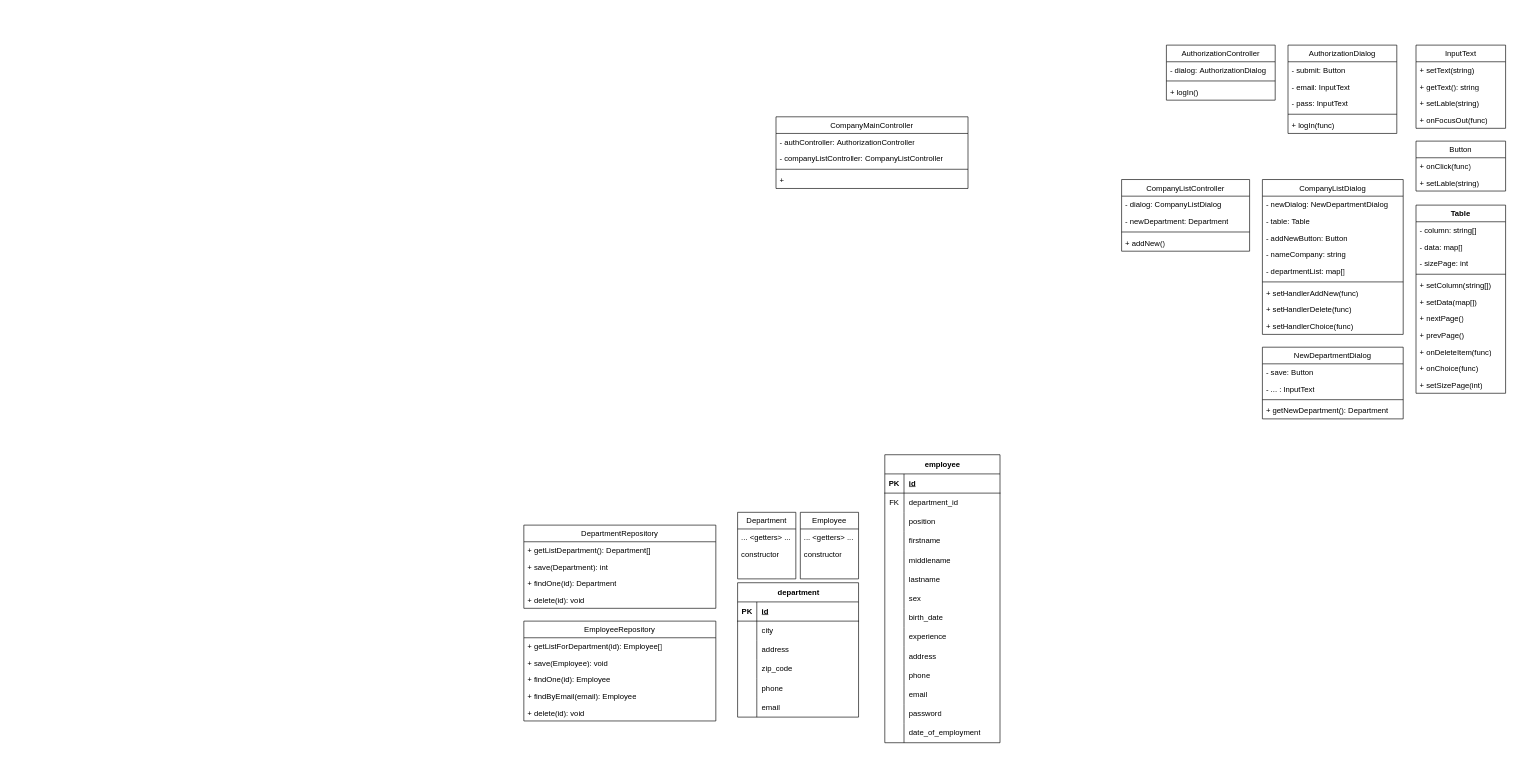
The draw.io diagram lw4/with_slim/architecture/uml.drawio in mr-ale141/db_lessons, before the edit. Source tidied: cells renumbered, new cells numbered last; positions are measured from the earlier drawing's top-left corner, leaving out a move shared by most shapes. Both pictures are drawn from the tidied source at 64%, with x=0, y=0 at pixel (524, 45).
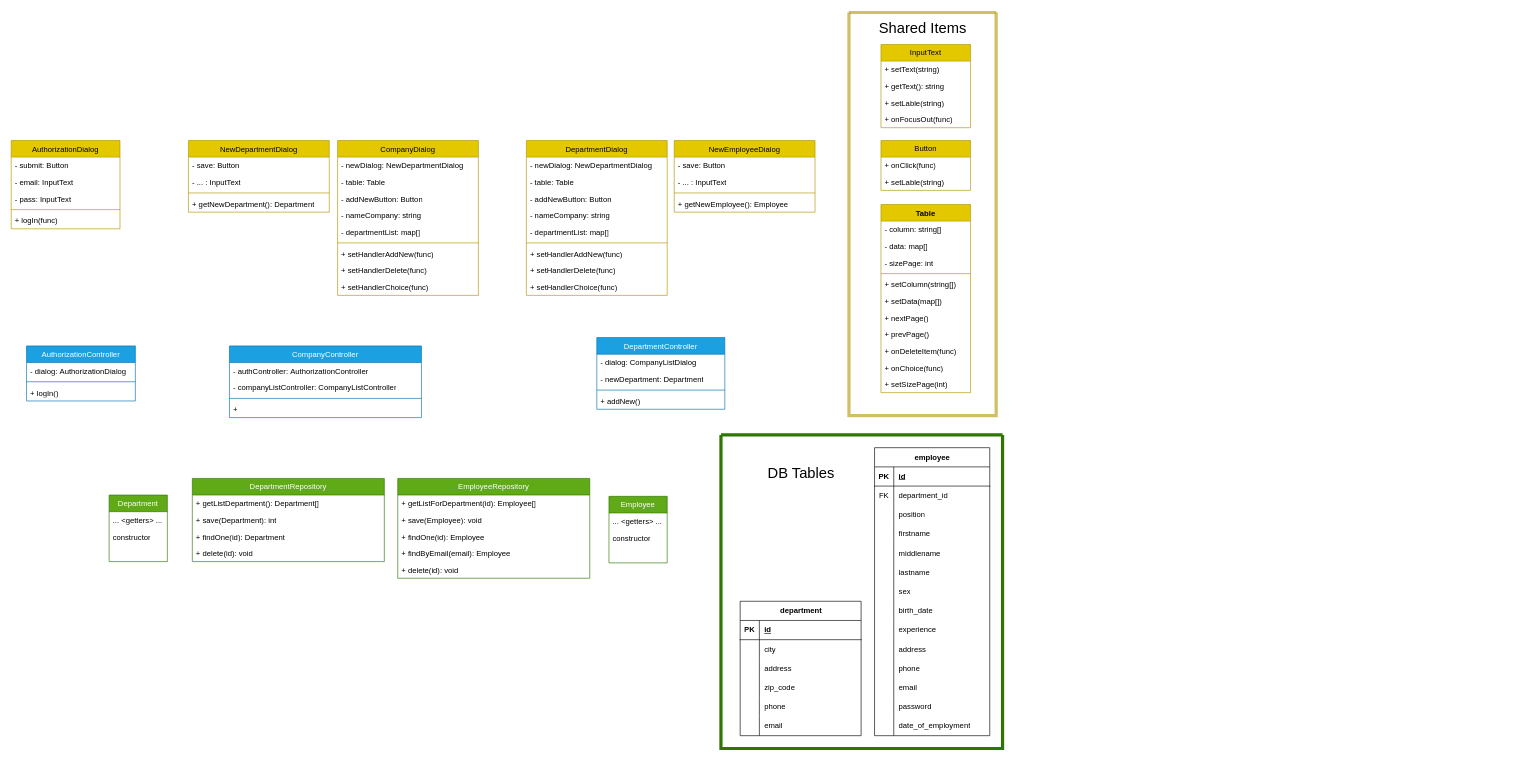
After the change.

Change to the diagram source:
```diff
@@
     <mxCell id="2" value="department" style="shape=table;startSize=30;childLayout=tableLayout;rowLines=0;fontStyle=1;align=center;html=1;" parent="1" vertex="1">
-      <mxGeometry x="334" y="840" width="189" height="210" as="geometry" />
+      <mxGeometry x="338" y="869" width="189" height="210" as="geometry" />
     </mxCell>
@@
     <mxCell id="21" value="employee" style="shape=table;startSize=30;childLayout=tableLayout;rowLines=0;fontStyle=1;align=center;html=1;" parent="1" vertex="1">
-      <mxGeometry x="564" y="640" width="180" height="450" as="geometry" />
+      <mxGeometry x="548" y="629" width="180" height="450" as="geometry" />
     </mxCell>
@@
-    <mxCell id="64" value="DepartmentRepository" style="swimlane;fontStyle=0;horizontal=1;startSize=26;fillColor=none;whiteSpace=wrap;html=1;" parent="1" vertex="1">
-      <mxGeometry y="750" width="300" height="130" as="geometry" />
+    <mxCell id="64" value="DepartmentRepository" style="swimlane;fontStyle=0;horizontal=1;startSize=26;fillColor=#60a917;whiteSpace=wrap;html=1;fontColor=#ffffff;strokeColor=#2D7600;" parent="1" vertex="1">
+      <mxGeometry x="-518" y="677" width="300" height="130" as="geometry" />
     </mxCell>
@@
-    <mxCell id="69" value="EmployeeRepository" style="swimlane;fontStyle=0;horizontal=1;startSize=26;fillColor=none;whiteSpace=wrap;html=1;" parent="1" vertex="1">
-      <mxGeometry y="900" width="300" height="156" as="geometry" />
+    <mxCell id="69" value="EmployeeRepository" style="swimlane;fontStyle=0;horizontal=1;startSize=26;fillColor=#60a917;whiteSpace=wrap;html=1;fontColor=#ffffff;strokeColor=#2D7600;" parent="1" vertex="1">
+      <mxGeometry x="-197" y="677" width="300" height="156" as="geometry" />
     </mxCell>
@@
-    <mxCell id="75" value="Department" style="swimlane;fontStyle=0;horizontal=1;startSize=26;fillColor=none;whiteSpace=wrap;html=1;" parent="1" vertex="1">
-      <mxGeometry x="334" y="730" width="91" height="104" as="geometry" />
+    <mxCell id="75" value="Department" style="swimlane;fontStyle=0;horizontal=1;startSize=26;fillColor=#60a917;whiteSpace=wrap;html=1;fontColor=#ffffff;strokeColor=#2D7600;" parent="1" vertex="1">
+      <mxGeometry x="-648" y="703" width="91" height="104" as="geometry" />
     </mxCell>
@@
-    <mxCell id="79" value="Employee" style="swimlane;fontStyle=0;horizontal=1;startSize=26;fillColor=none;whiteSpace=wrap;html=1;" parent="1" vertex="1">
-      <mxGeometry x="432" y="730" width="91" height="104" as="geometry" />
+    <mxCell id="79" value="Employee" style="swimlane;fontStyle=0;horizontal=1;startSize=26;whiteSpace=wrap;html=1;fillColor=#60a917;fontColor=#ffffff;strokeColor=#2D7600;" parent="1" vertex="1">
+      <mxGeometry x="133" y="705" width="91" height="104" as="geometry" />
     </mxCell>
@@
-    <mxCell id="83" value="InputText" style="swimlane;fontStyle=0;horizontal=1;startSize=26;fillColor=none;whiteSpace=wrap;html=1;" parent="1" vertex="1">
-      <mxGeometry x="1394" width="140" height="130" as="geometry" />
+    <mxCell id="83" value="InputText" style="swimlane;fontStyle=0;horizontal=1;startSize=26;fillColor=#e3c800;whiteSpace=wrap;html=1;fontColor=#000000;strokeColor=#B09500;" parent="1" vertex="1">
+      <mxGeometry x="558" y="-1" width="140" height="130" as="geometry" />
     </mxCell>
@@
-    <mxCell id="88" value="Button" style="swimlane;fontStyle=0;horizontal=1;startSize=26;fillColor=none;whiteSpace=wrap;html=1;" parent="1" vertex="1">
-      <mxGeometry x="1394" y="150" width="140" height="78" as="geometry" />
+    <mxCell id="88" value="Button" style="swimlane;fontStyle=0;horizontal=1;startSize=26;fillColor=#e3c800;whiteSpace=wrap;html=1;fontColor=#000000;strokeColor=#B09500;" parent="1" vertex="1">
+      <mxGeometry x="558" y="149" width="140" height="78" as="geometry" />
     </mxCell>
@@
-    <mxCell id="91" value="&lt;span style=&quot;font-weight: 400;&quot;&gt;AuthorizationDialog&lt;/span&gt;" style="swimlane;fontStyle=1;align=center;verticalAlign=top;horizontal=1;startSize=26;whiteSpace=wrap;html=1;" parent="1" vertex="1">
-      <mxGeometry x="1194" width="170" height="138" as="geometry" />
+    <mxCell id="91" value="&lt;span style=&quot;font-weight: 400;&quot;&gt;AuthorizationDialog&lt;/span&gt;" style="swimlane;fontStyle=1;align=center;verticalAlign=top;horizontal=1;startSize=26;whiteSpace=wrap;html=1;fillColor=#e3c800;fontColor=#000000;strokeColor=#B09500;" parent="1" vertex="1">
+      <mxGeometry x="-801" y="149" width="170" height="138" as="geometry" />
     </mxCell>
@@
-    <mxCell id="97" value="&lt;span style=&quot;font-weight: 400;&quot;&gt;AuthorizationController&lt;/span&gt;" style="swimlane;fontStyle=1;align=center;verticalAlign=top;horizontal=1;startSize=26;whiteSpace=wrap;html=1;" parent="1" vertex="1">
-      <mxGeometry x="1004" width="170" height="86" as="geometry" />
+    <mxCell id="97" value="&lt;span style=&quot;font-weight: 400;&quot;&gt;AuthorizationController&lt;/span&gt;" style="swimlane;fontStyle=1;align=center;verticalAlign=top;horizontal=1;startSize=26;whiteSpace=wrap;html=1;fillColor=#1ba1e2;fontColor=#ffffff;strokeColor=#006EAF;" parent="1" vertex="1">
+      <mxGeometry x="-777" y="470" width="170" height="86" as="geometry" />
     </mxCell>
@@
-    <mxCell id="101" value="Table" style="swimlane;fontStyle=1;align=center;verticalAlign=top;horizontal=1;startSize=26;whiteSpace=wrap;html=1;" parent="1" vertex="1">
-      <mxGeometry x="1394" y="250" width="140" height="294" as="geometry" />
+    <mxCell id="101" value="Table" style="swimlane;fontStyle=1;align=center;verticalAlign=top;horizontal=1;startSize=26;whiteSpace=wrap;html=1;fillColor=#e3c800;fontColor=#000000;strokeColor=#B09500;" parent="1" vertex="1">
+      <mxGeometry x="558" y="249" width="140" height="294" as="geometry" />
     </mxCell>
@@
-    <mxCell id="113" value="&lt;span style=&quot;font-weight: 400;&quot;&gt;CompanyListDialog&lt;/span&gt;" style="swimlane;fontStyle=1;align=center;verticalAlign=top;horizontal=1;startSize=26;whiteSpace=wrap;html=1;" parent="1" vertex="1">
-      <mxGeometry x="1154" y="210" width="220" height="242" as="geometry" />
+    <mxCell id="113" value="&lt;span style=&quot;font-weight: 400;&quot;&gt;DepartmentDialog&lt;/span&gt;" style="swimlane;fontStyle=1;align=center;verticalAlign=top;horizontal=1;startSize=26;whiteSpace=wrap;html=1;fillColor=#e3c800;fontColor=#000000;strokeColor=#B09500;" parent="1" vertex="1">
+      <mxGeometry x="4" y="149" width="220" height="242" as="geometry" />
     </mxCell>
@@
-    <mxCell id="123" value="&lt;span style=&quot;font-weight: 400;&quot;&gt;CompanyMainController&lt;/span&gt;" style="swimlane;fontStyle=1;align=center;verticalAlign=top;horizontal=1;startSize=26;whiteSpace=wrap;html=1;" parent="1" vertex="1">
-      <mxGeometry x="394" y="112" width="300" height="112" as="geometry" />
+    <mxCell id="123" value="&lt;span style=&quot;font-weight: 400;&quot;&gt;CompanyController&lt;/span&gt;" style="swimlane;fontStyle=1;align=center;verticalAlign=top;horizontal=1;startSize=26;whiteSpace=wrap;html=1;fillColor=#1ba1e2;fontColor=#ffffff;strokeColor=#006EAF;" parent="1" vertex="1">
+      <mxGeometry x="-460" y="470" width="300" height="112" as="geometry" />
     </mxCell>
@@
-    <mxCell id="128" value="&lt;span style=&quot;font-weight: 400;&quot;&gt;CompanyListController&lt;/span&gt;" style="swimlane;fontStyle=1;align=center;verticalAlign=top;horizontal=1;startSize=26;whiteSpace=wrap;html=1;" parent="1" vertex="1">
-      <mxGeometry x="934" y="210" width="200" height="112" as="geometry" />
+    <mxCell id="128" value="&lt;span style=&quot;font-weight: 400;&quot;&gt;DepartmentController&lt;/span&gt;" style="swimlane;fontStyle=1;align=center;verticalAlign=top;horizontal=1;startSize=26;whiteSpace=wrap;html=1;fillColor=#1ba1e2;fontColor=#ffffff;strokeColor=#006EAF;" parent="1" vertex="1">
+      <mxGeometry x="114" y="457" width="200" height="112" as="geometry" />
     </mxCell>
@@
-    <mxCell id="133" value="&lt;span style=&quot;font-weight: 400;&quot;&gt;NewDepartmentDialog&lt;/span&gt;" style="swimlane;fontStyle=1;align=center;verticalAlign=top;horizontal=1;startSize=26;whiteSpace=wrap;html=1;" parent="1" vertex="1">
-      <mxGeometry x="1154" y="472" width="220" height="112" as="geometry" />
+    <mxCell id="133" value="&lt;span style=&quot;font-weight: 400;&quot;&gt;NewEmployeeDialog&lt;/span&gt;" style="swimlane;fontStyle=1;align=center;verticalAlign=top;horizontal=1;startSize=26;whiteSpace=wrap;html=1;fillColor=#e3c800;fontColor=#000000;strokeColor=#B09500;" parent="1" vertex="1">
+      <mxGeometry x="235" y="149" width="220" height="112" as="geometry" />
     </mxCell>
@@
-    <mxCell id="137" value="+ getNewDepartment(): Department" style="text;strokeColor=none;fillColor=none;align=left;verticalAlign=top;spacingLeft=4;spacingRight=4;overflow=hidden;whiteSpace=wrap;html=1;" parent="133" vertex="1">
+    <mxCell id="137" value="+ getNewEmployee(): Employee" style="text;strokeColor=none;fillColor=none;align=left;verticalAlign=top;spacingLeft=4;spacingRight=4;overflow=hidden;whiteSpace=wrap;html=1;" parent="133" vertex="1">
       <mxGeometry y="86" width="220" height="26" as="geometry" />
     </mxCell>
+    <mxCell id="138" style="swimlane;startSize=0;opacity=60;fillColor=default;fontColor=#000000;strokeColor=#B09500;fillStyle=solid;gradientColor=default;strokeWidth=5;" parent="1" vertex="1">
+      <mxGeometry x="508" y="-51" width="230" height="630" as="geometry" />
+    </mxCell>
+    <mxCell id="139" value="Shared Items" style="text;html=1;align=center;verticalAlign=middle;whiteSpace=wrap;rounded=0;fontSize=23;" parent="138" vertex="1">
+      <mxGeometry x="44.5" y="10" width="141" height="30" as="geometry" />
+    </mxCell>
+    <mxCell id="140" style="swimlane;startSize=0;strokeWidth=5;fillColor=#60a917;fontColor=#ffffff;strokeColor=#2D7600;" parent="1" vertex="1">
+      <mxGeometry x="308" y="609" width="440" height="490" as="geometry" />
+    </mxCell>
+    <mxCell id="141" value="DB Tables" style="text;html=1;align=center;verticalAlign=middle;whiteSpace=wrap;rounded=0;fontSize=23;" parent="140" vertex="1">
+      <mxGeometry x="60" y="45" width="131" height="30" as="geometry" />
+    </mxCell>
+    <mxCell id="142" value="&lt;span style=&quot;font-weight: 400;&quot;&gt;CompanyDialog&lt;/span&gt;" style="swimlane;fontStyle=1;align=center;verticalAlign=top;horizontal=1;startSize=26;whiteSpace=wrap;html=1;fillColor=#e3c800;fontColor=#000000;strokeColor=#B09500;" parent="1" vertex="1">
+      <mxGeometry x="-291" y="149" width="220" height="242" as="geometry" />
+    </mxCell>
+    <mxCell id="143" value="&lt;span style=&quot;text-align: center;&quot;&gt;- newDialog: NewDepartmentDialog&lt;/span&gt;" style="text;strokeColor=none;fillColor=none;align=left;verticalAlign=top;spacingLeft=4;spacingRight=4;overflow=hidden;whiteSpace=wrap;html=1;" parent="142" vertex="1">
+      <mxGeometry y="26" width="220" height="26" as="geometry" />
+    </mxCell>
+    <mxCell id="144" value="- table: Table" style="text;strokeColor=none;fillColor=none;align=left;verticalAlign=top;spacingLeft=4;spacingRight=4;overflow=hidden;whiteSpace=wrap;html=1;" parent="142" vertex="1">
+      <mxGeometry y="52" width="220" height="26" as="geometry" />
+    </mxCell>
+    <mxCell id="145" value="- addNewButton: Button" style="text;strokeColor=none;fillColor=none;align=left;verticalAlign=top;spacingLeft=4;spacingRight=4;overflow=hidden;whiteSpace=wrap;html=1;" parent="142" vertex="1">
+      <mxGeometry y="78" width="220" height="26" as="geometry" />
+    </mxCell>
+    <mxCell id="146" value="- nameCompany: string" style="text;strokeColor=none;fillColor=none;align=left;verticalAlign=top;spacingLeft=4;spacingRight=4;overflow=hidden;whiteSpace=wrap;html=1;" parent="142" vertex="1">
+      <mxGeometry y="104" width="220" height="26" as="geometry" />
+    </mxCell>
+    <mxCell id="147" value="- departmentList: map[]" style="text;strokeColor=none;fillColor=none;align=left;verticalAlign=top;spacingLeft=4;spacingRight=4;overflow=hidden;whiteSpace=wrap;html=1;" parent="142" vertex="1">
+      <mxGeometry y="130" width="220" height="26" as="geometry" />
+    </mxCell>
+    <mxCell id="148" style="line;strokeWidth=1;fillColor=none;align=left;verticalAlign=middle;spacingTop=-1;spacingLeft=3;spacingRight=3;labelPosition=right;strokeColor=inherit;" parent="142" vertex="1">
+      <mxGeometry y="156" width="220" height="8" as="geometry" />
+    </mxCell>
+    <mxCell id="149" value="+ setHandlerAddNew(func)" style="text;strokeColor=none;fillColor=none;align=left;verticalAlign=top;spacingLeft=4;spacingRight=4;overflow=hidden;whiteSpace=wrap;html=1;" parent="142" vertex="1">
+      <mxGeometry y="164" width="220" height="26" as="geometry" />
+    </mxCell>
+    <mxCell id="150" value="+ setHandlerDelete(func)" style="text;strokeColor=none;fillColor=none;align=left;verticalAlign=top;spacingLeft=4;spacingRight=4;overflow=hidden;whiteSpace=wrap;html=1;" parent="142" vertex="1">
+      <mxGeometry y="190" width="220" height="26" as="geometry" />
+    </mxCell>
+    <mxCell id="151" value="+ setHandlerChoice(func)" style="text;strokeColor=none;fillColor=none;align=left;verticalAlign=top;spacingLeft=4;spacingRight=4;overflow=hidden;whiteSpace=wrap;html=1;" parent="142" vertex="1">
+      <mxGeometry y="216" width="220" height="26" as="geometry" />
+    </mxCell>
+    <mxCell id="152" value="&lt;span style=&quot;font-weight: 400;&quot;&gt;NewDepartmentDialog&lt;/span&gt;" style="swimlane;fontStyle=1;align=center;verticalAlign=top;horizontal=1;startSize=26;whiteSpace=wrap;html=1;fillColor=#e3c800;fontColor=#000000;strokeColor=#B09500;" parent="1" vertex="1">
+      <mxGeometry x="-524" y="149" width="220" height="112" as="geometry" />
+    </mxCell>
+    <mxCell id="153" value="- save: Button" style="text;strokeColor=none;fillColor=none;align=left;verticalAlign=top;spacingLeft=4;spacingRight=4;overflow=hidden;whiteSpace=wrap;html=1;" parent="152" vertex="1">
+      <mxGeometry y="26" width="220" height="26" as="geometry" />
+    </mxCell>
+    <mxCell id="154" value="- ... : InputText" style="text;strokeColor=none;fillColor=none;align=left;verticalAlign=top;spacingLeft=4;spacingRight=4;overflow=hidden;whiteSpace=wrap;html=1;" parent="152" vertex="1">
+      <mxGeometry y="52" width="220" height="26" as="geometry" />
+    </mxCell>
+    <mxCell id="155" style="line;strokeWidth=1;fillColor=none;align=left;verticalAlign=middle;spacingTop=-1;spacingLeft=3;spacingRight=3;labelPosition=right;strokeColor=inherit;" parent="152" vertex="1">
+      <mxGeometry y="78" width="220" height="8" as="geometry" />
+    </mxCell>
+    <mxCell id="156" value="+ getNewDepartment(): Department" style="text;strokeColor=none;fillColor=none;align=left;verticalAlign=top;spacingLeft=4;spacingRight=4;overflow=hidden;whiteSpace=wrap;html=1;" parent="152" vertex="1">
+      <mxGeometry y="86" width="220" height="26" as="geometry" />
+    </mxCell>
```
